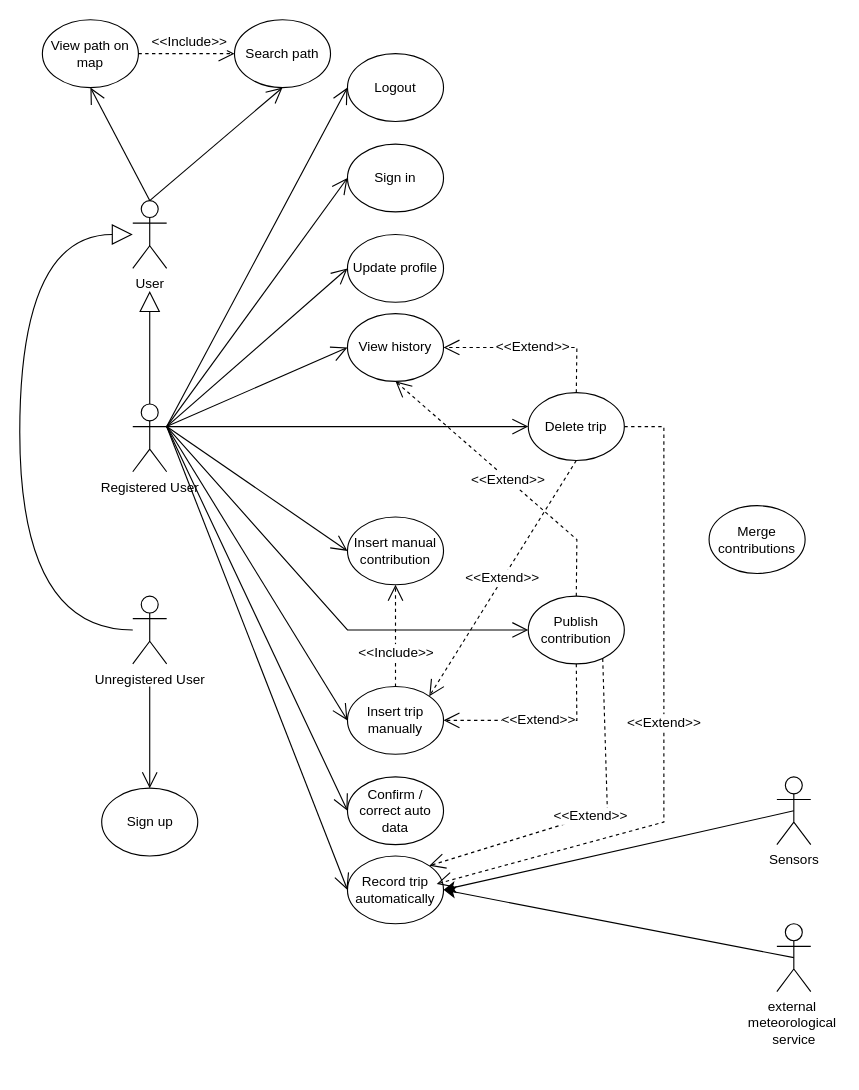
This is RASD/Version1.0/images/use_case_diagram.drawio from Francesco2035/RavelliRausaPoggi, a draw.io file, before an edit. Source tidied: cells renumbered, new cells numbered last; positions are measured from the earlier drawing's top-left corner, leaving out a move shared by most shapes. Both pictures are drawn from the tidied source at 113%, with x=0, y=0 at pixel (19, 19).
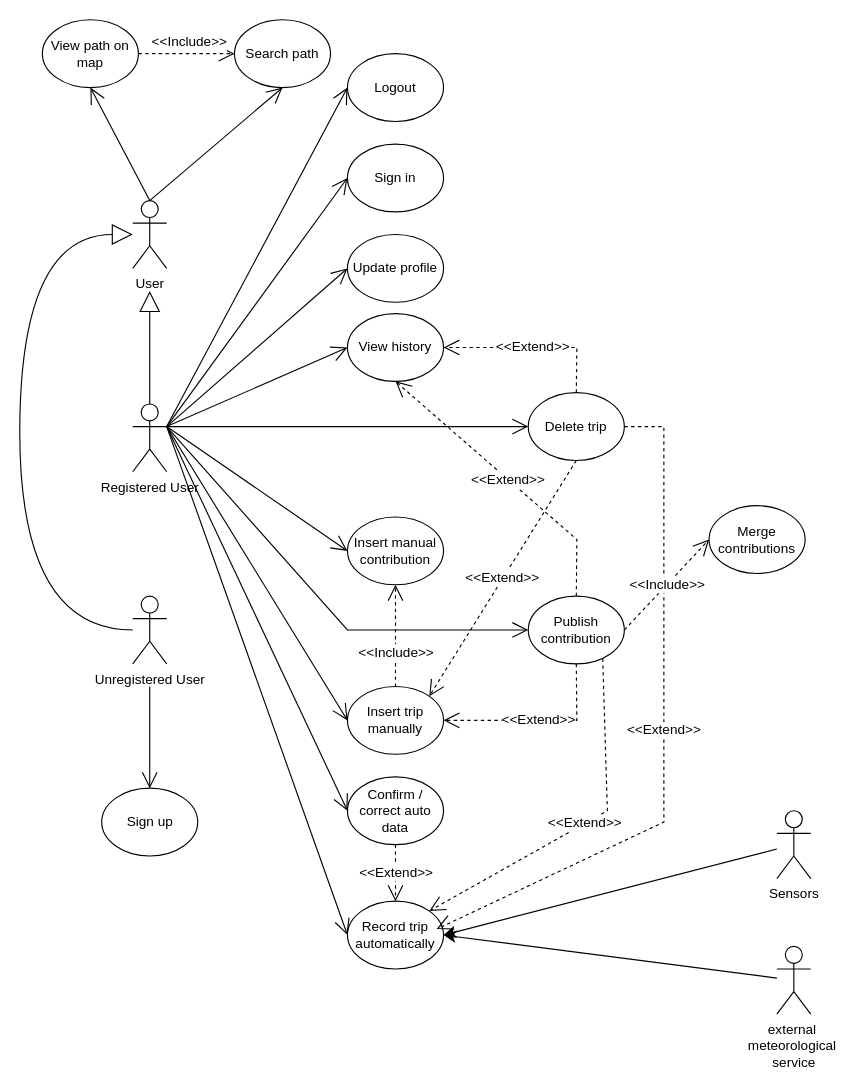
The same page after the edit.

Unchanged cells that the change refers to:
```xml
<mxCell id="12" value="Publish contribution" style="ellipse;whiteSpace=wrap;html=1;" parent="1" vertex="1">
  <mxGeometry x="450" y="510" width="85" height="60" as="geometry" />
</mxCell>
<mxCell id="18" value="Confirm / correct auto data" style="ellipse;whiteSpace=wrap;html=1;" parent="1" vertex="1">
  <mxGeometry x="290" y="670" width="85" height="60" as="geometry" />
</mxCell>
<mxCell id="45" value="Merge contributions" style="ellipse;whiteSpace=wrap;html=1;" parent="1" vertex="1">
  <mxGeometry x="610" y="430" width="85" height="60" as="geometry" />
</mxCell>
```

The edit, as a diff of the source:
```diff
@@
-    <mxCell id="5" style="edgeStyle=none;curved=1;rounded=0;jettySize=auto;html=1;exitX=0.5;exitY=0.5;exitDx=0;exitDy=0;exitPerimeter=0;entryX=1;entryY=0.5;entryDx=0;entryDy=0;fontSize=12;startSize=8;endSize=8;" parent="1" edge="1" source="6" target="19">
+    <mxCell id="5" style="edgeStyle=none;curved=1;rounded=0;jettySize=auto;html=1;entryX=1;entryY=0.5;entryDx=0;entryDy=0;fontSize=12;startSize=8;endSize=8;" parent="1" edge="1" source="6" target="19">
       <mxGeometry relative="1" as="geometry" />
     </mxCell>
     <mxCell id="6" value="external&amp;nbsp;&lt;br&gt;meteorological&amp;nbsp;&lt;br&gt;service" style="shape=umlActor;verticalLabelPosition=bottom;verticalAlign=top;html=1;outlineConnect=0;" parent="1" vertex="1">
-      <mxGeometry x="670" y="800" width="30" height="60" as="geometry" />
+      <mxGeometry x="670" y="820" width="30" height="60" as="geometry" />
     </mxCell>
-    <mxCell id="7" style="edgeStyle=none;curved=1;rounded=0;jettySize=auto;html=1;exitX=0.5;exitY=0.5;exitDx=0;exitDy=0;exitPerimeter=0;entryX=1;entryY=0.5;entryDx=0;entryDy=0;fontSize=12;startSize=8;endSize=8;" parent="1" edge="1" source="8" target="19">
+    <mxCell id="7" style="edgeStyle=none;curved=1;rounded=0;jettySize=auto;html=1;entryX=1;entryY=0.5;entryDx=0;entryDy=0;fontSize=12;startSize=8;endSize=8;" parent="1" edge="1" source="8" target="19">
       <mxGeometry relative="1" as="geometry" />
     </mxCell>
     <mxCell id="8" value="Sensors" style="shape=umlActor;verticalLabelPosition=bottom;verticalAlign=top;html=1;outlineConnect=0;" parent="1" vertex="1">
-      <mxGeometry x="670" y="670" width="30" height="60" as="geometry" />
+      <mxGeometry x="670" y="700" width="30" height="60" as="geometry" />
     </mxCell>
@@
     <mxCell id="19" value="Record trip automatically" style="ellipse;whiteSpace=wrap;html=1;" parent="1" vertex="1">
-      <mxGeometry x="290" y="740" width="85" height="60" as="geometry" />
+      <mxGeometry x="290" y="780" width="85" height="60" as="geometry" />
     </mxCell>
@@
+    <mxCell id="46" value="&amp;lt;&amp;lt;Extend&amp;gt;&amp;gt;" style="endArrow=open;endSize=12;dashed=1;html=1;rounded=0;fontSize=12;exitX=0.5;exitY=1;exitDx=0;exitDy=0;entryX=0.5;entryY=0;entryDx=0;entryDy=0;" parent="1" edge="1" source="18" target="19">
+      <mxGeometry relative="1" as="geometry" />
+    </mxCell>
+    <mxCell id="47" value="&amp;lt;&amp;lt;Include&amp;gt;&amp;gt;" style="endArrow=open;endSize=12;dashed=1;html=1;rounded=0;fontSize=12;exitX=1;exitY=0.5;exitDx=0;exitDy=0;entryX=0;entryY=0.5;entryDx=0;entryDy=0;" parent="1" edge="1" source="12" target="45">
+      <mxGeometry relative="1" as="geometry" />
+    </mxCell>
```
